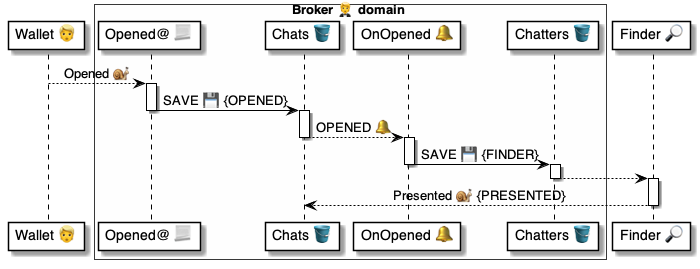
pollyweb-org/pollyweb-docs keeps this PlantUML diagram as 4 ⚙️ Solution/20 🧑‍🦰 UI/Brokers 🤵/🤵🪣 Broker tables/Chats 💬 table/🪣🔔 4 Opened/🤵 OnChatOpened ⚙️ uml.png. Above is the earlier version. Its source is kept beside it as 4 ⚙️ Solution/20 🧑‍🦰 UI/Brokers 🤵/🤵🪣 Broker tables/Chats 💬 table/🪣🔔 4 Opened/🤵 OnChatOpened ⚙️ uml.puml. The source it was exported from:
```plantuml
@startuml OnChatOpened

participant "Wallet 👱" as wallet

box Broker 🤵 domain #FFFFFA
    participant "Opened@ 📃" as script
    participant "Chats 🪣" as chats
    participant "OnOpened 🔔" as handler
    participant "Chatters 🪣" as chatters
end box

participant "Finder 🔎" as finder



wallet --> script: Opened 🐌

activate script
    script -> chats: SAVE 💾 {OPENED}
deactivate script

activate chats
    chats --> handler: OPENED 🔔
deactivate chats

activate handler
    handler -> chatters: SAVE 💾 {FINDER}
deactivate handler

activate chatters
    chatters --> finder:
deactivate chatters

activate finder
    finder --> chats: Presented 🐌 {PRESENTED}
deactivate finder

@enduml
```
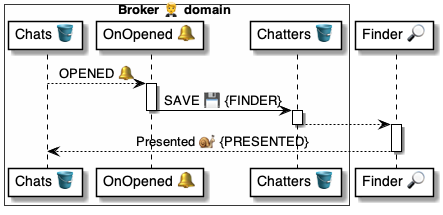
After the commit.

Change to the diagram source:
```diff
@@ -1,9 +1,7 @@
 @startuml OnChatOpened
 
-participant "Wallet 👱" as wallet
 
 box Broker 🤵 domain #FFFFFA
-    participant "Opened@ 📃" as script
     participant "Chats 🪣" as chats
     participant "OnOpened 🔔" as handler
     participant "Chatters 🪣" as chatters
@@ -13,15 +11,9 @@
 
 
 
-wallet --> script: Opened 🐌
 
-activate script
-    script -> chats: SAVE 💾 {OPENED}
-deactivate script
 
-activate chats
     chats --> handler: OPENED 🔔
-deactivate chats
 
 activate handler
     handler -> chatters: SAVE 💾 {FINDER}
```
